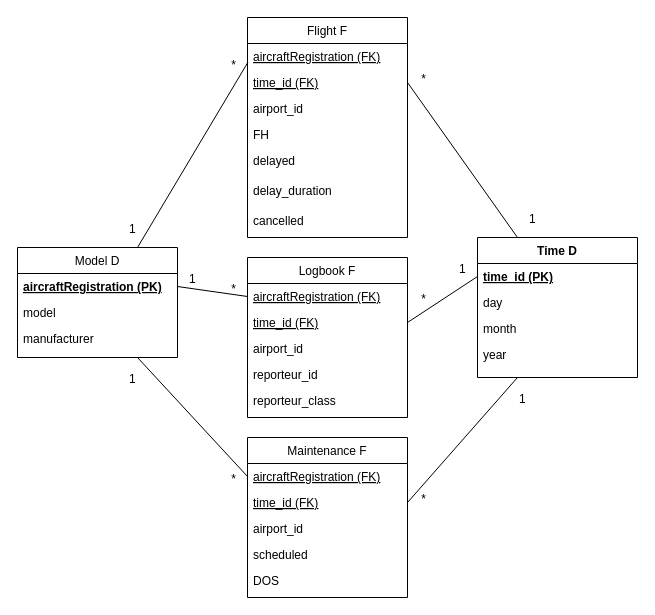
Earlier version of the draw.io diagram pw1.drawio (AdriaCoding/DW). Source tidied: cells renumbered, new cells numbered last; positions are measured from the earlier drawing's top-left corner, leaving out a move shared by most shapes. Both pictures are drawn from the tidied source at 100%, with x=0, y=0 at pixel (17, 17).
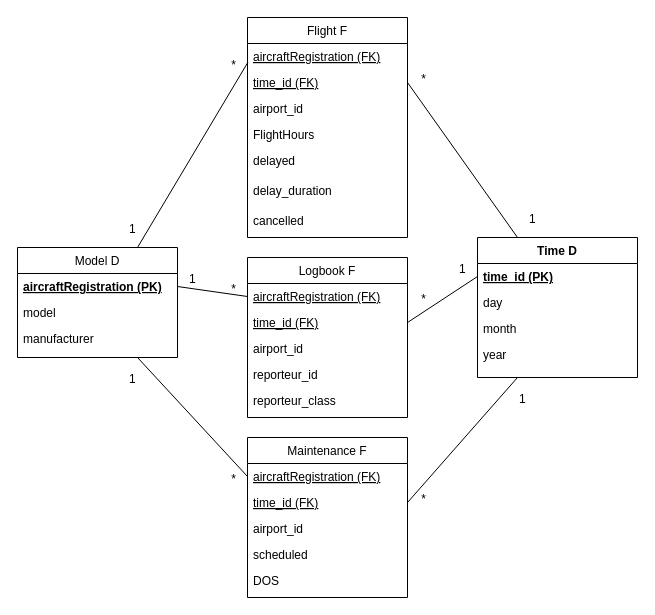
After the change.

The change refers to these unchanged cells:
```xml
<mxCell id="17" value="Flight F" style="swimlane;fontStyle=0;align=center;verticalAlign=top;horizontal=1;startSize=26;rounded=0;shadow=0;strokeWidth=1;" parent="1" vertex="1">
  <mxGeometry x="230" width="160" height="220" as="geometry" />
</mxCell>
```

Change to the diagram source:
```diff
@@
-    <mxCell id="21" value="FH" style="text;align=left;verticalAlign=top;spacingLeft=4;spacingRight=4;overflow=hidden;rounded=0;shadow=0;html=0;" parent="17" vertex="1">
+    <mxCell id="21" value="FlightHours" style="text;align=left;verticalAlign=top;spacingLeft=4;spacingRight=4;overflow=hidden;rounded=0;shadow=0;html=0;" parent="17" vertex="1">
       <mxGeometry y="104" width="160" height="26" as="geometry" />
     </mxCell>
```
